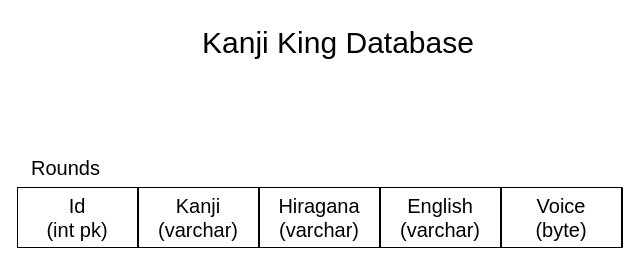
Earlier version of the draw.io diagram page "Database" (4 of 4) of Docs/ProjectMap.drawio (NGDeveloper125/KanjiKing). Source tidied: cells renumbered, new cells numbered last; positions are measured from the earlier drawing's top-left corner, leaving out a move shared by most shapes. Both pictures are drawn from the tidied source at 100%, with x=0, y=0 at pixel (17, 17).
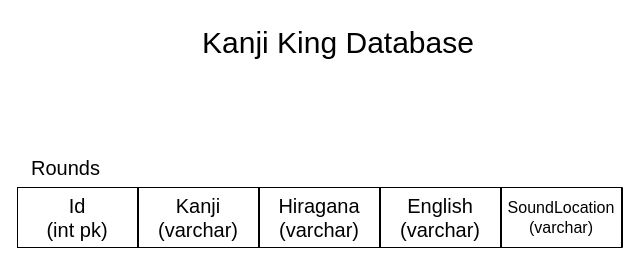
After the change.

What changed in the source:
```diff
@@
 <mxGraphModel>
   <root>
     <mxCell id="0" />
     <mxCell id="1" parent="0" />
     <mxCell id="2" value="Kanji King Database" style="text;html=1;strokeColor=none;fillColor=none;align=center;verticalAlign=middle;whiteSpace=wrap;rounded=0;fontSize=30;" parent="1" vertex="1">
       <mxGeometry x="136" width="370" height="50" as="geometry" />
     </mxCell>
     <mxCell id="3" style="swimlane;startSize=0;" parent="1" vertex="1">
       <mxGeometry y="170" width="605" height="60" as="geometry" />
     </mxCell>
     <mxCell id="4" value="Id &lt;br&gt;(int pk)" style="rounded=0;whiteSpace=wrap;html=1;fontSize=20;" parent="3" vertex="1">
       <mxGeometry width="120" height="60" as="geometry" />
     </mxCell>
     <mxCell id="5" value="Kanji (varchar)" style="rounded=0;whiteSpace=wrap;html=1;fontSize=20;" parent="3" vertex="1">
       <mxGeometry x="121" width="120" height="60" as="geometry" />
     </mxCell>
     <mxCell id="6" value="Hiragana (varchar)" style="rounded=0;whiteSpace=wrap;html=1;fontSize=20;" parent="3" vertex="1">
       <mxGeometry x="242" width="120" height="60" as="geometry" />
     </mxCell>
     <mxCell id="7" value="English&lt;br&gt;(varchar)" style="rounded=0;whiteSpace=wrap;html=1;fontSize=20;" parent="3" vertex="1">
       <mxGeometry x="363" width="120" height="60" as="geometry" />
     </mxCell>
-    <mxCell id="8" value="Voice&lt;br&gt;(byte)" style="rounded=0;whiteSpace=wrap;html=1;fontSize=20;" parent="3" vertex="1">
+    <mxCell id="8" value="SoundLocation&lt;br style=&quot;font-size: 16px;&quot;&gt;(varchar)" style="rounded=0;whiteSpace=wrap;html=1;fontSize=16;" parent="3" vertex="1">
       <mxGeometry x="484" width="120" height="60" as="geometry" />
     </mxCell>
     <mxCell id="9" value="Rounds" style="text;html=1;strokeColor=none;fillColor=none;align=center;verticalAlign=middle;whiteSpace=wrap;rounded=0;fontSize=20;" parent="1" vertex="1">
       <mxGeometry x="1" y="130" width="95" height="40" as="geometry" />
     </mxCell>
   </root>
 </mxGraphModel>
```
